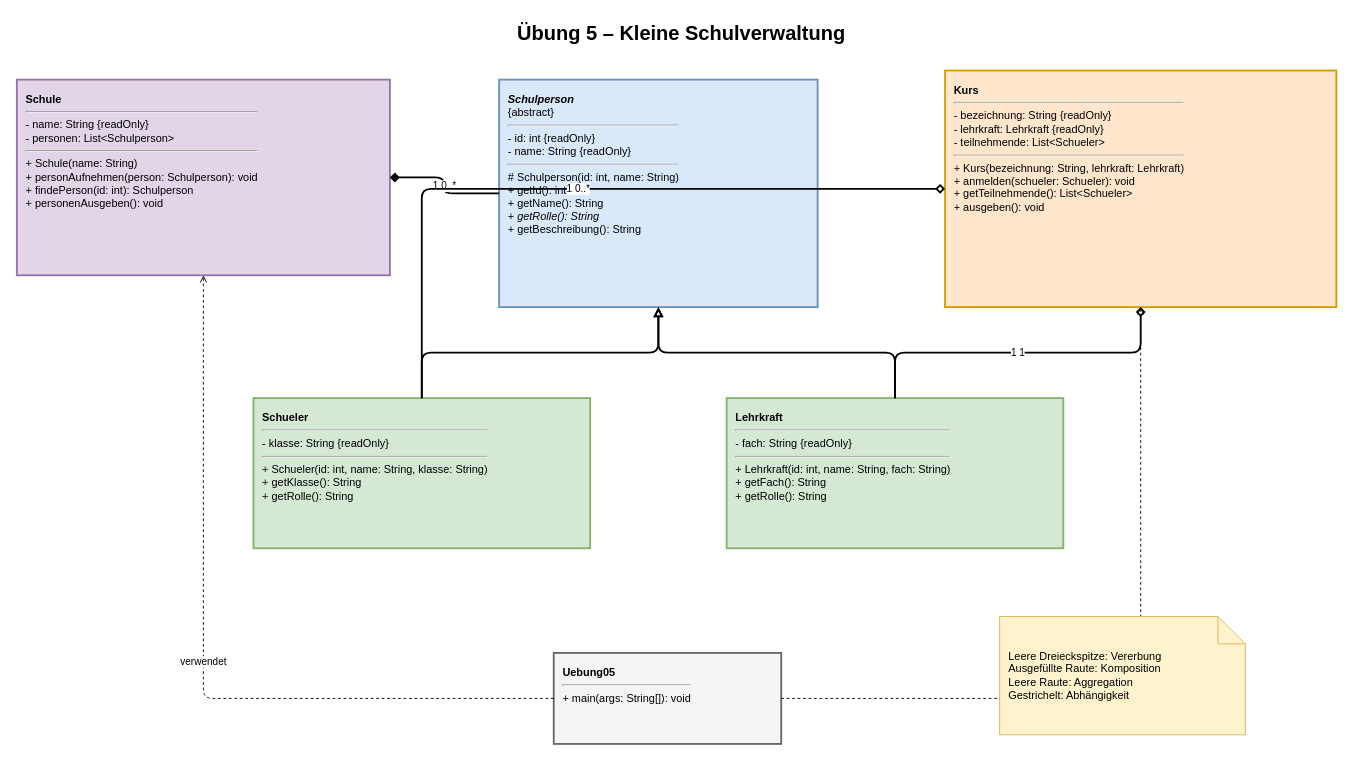
This is diagramme/uebung05_schulverwaltung.drawio from thehahue/oop, a draw.io file, before an edit. Source tidied: cells renumbered, new cells numbered last; positions are measured from the earlier drawing's top-left corner, leaving out a move shared by most shapes. Both pictures are drawn from the tidied source at 91%, with x=0, y=0 at pixel (16, 15).
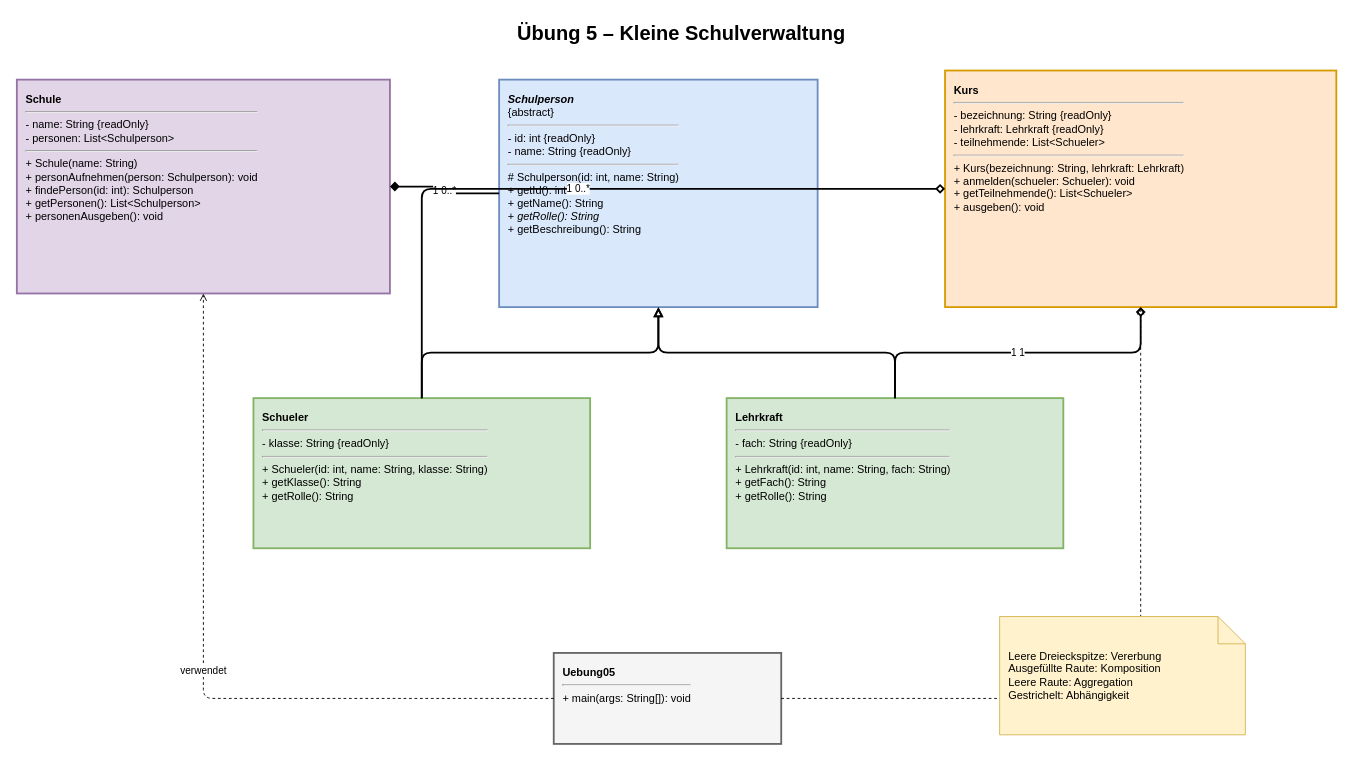
Above is the later version.

Commit message (it also covers changes not shown here):
Use person selectors in exercise 7 UI

The edit, as a diff of the source:
```diff
@@
 <mxGraphModel>
   <root>
     <mxCell id="0" />
     <mxCell id="1" parent="0" />
     <mxCell id="2" value="Übung 5 – Kleine Schulverwaltung" style="text;html=1;align=center;fontSize=22;fontStyle=1;" parent="1" vertex="1">
       <mxGeometry x="480" width="500" height="40" as="geometry" />
     </mxCell>
     <mxCell id="3" value="&lt;b&gt;&lt;i&gt;Schulperson&lt;/i&gt;&lt;/b&gt;&lt;br&gt;{abstract}&lt;hr&gt;- id: int {readOnly}&lt;br&gt;- name: String {readOnly}&lt;hr&gt;# Schulperson(id: int, name: String)&lt;br&gt;+ getId(): int&lt;br&gt;+ getName(): String&lt;br&gt;+ &lt;i&gt;getRolle(): String&lt;/i&gt;&lt;br&gt;+ getBeschreibung(): String" style="rounded=0;verticalAlign=top;spacingTop=8;html=1;strokeWidth=2;fillColor=#dae8fc;strokeColor=#6c8ebf;align=left;spacingLeft=8;whiteSpace=wrap;" parent="1" vertex="1">
       <mxGeometry x="530" y="70" width="350" height="250" as="geometry" />
     </mxCell>
     <mxCell id="4" value="&lt;b&gt;Schueler&lt;/b&gt;&lt;hr&gt;- klasse: String {readOnly}&lt;hr&gt;+ Schueler(id: int, name: String, klasse: String)&lt;br&gt;+ getKlasse(): String&lt;br&gt;+ getRolle(): String" style="rounded=0;verticalAlign=top;spacingTop=8;html=1;strokeWidth=2;fillColor=#d5e8d4;strokeColor=#82b366;align=left;spacingLeft=8;whiteSpace=wrap;" parent="1" vertex="1">
       <mxGeometry x="260" y="420" width="370" height="165" as="geometry" />
     </mxCell>
     <mxCell id="5" value="&lt;b&gt;Lehrkraft&lt;/b&gt;&lt;hr&gt;- fach: String {readOnly}&lt;hr&gt;+ Lehrkraft(id: int, name: String, fach: String)&lt;br&gt;+ getFach(): String&lt;br&gt;+ getRolle(): String" style="rounded=0;verticalAlign=top;spacingTop=8;html=1;strokeWidth=2;fillColor=#d5e8d4;strokeColor=#82b366;align=left;spacingLeft=8;whiteSpace=wrap;" parent="1" vertex="1">
       <mxGeometry x="780" y="420" width="370" height="165" as="geometry" />
     </mxCell>
-    <mxCell id="6" value="&lt;b&gt;Schule&lt;/b&gt;&lt;hr&gt;- name: String {readOnly}&lt;br&gt;- personen: List&amp;lt;Schulperson&amp;gt;&lt;hr&gt;+ Schule(name: String)&lt;br&gt;+ personAufnehmen(person: Schulperson): void&lt;br&gt;+ findePerson(id: int): Schulperson&lt;br&gt;+ personenAusgeben(): void" style="rounded=0;verticalAlign=top;spacingTop=8;html=1;strokeWidth=2;fillColor=#e1d5e7;strokeColor=#9673a6;align=left;spacingLeft=8;whiteSpace=wrap;" parent="1" vertex="1">
-      <mxGeometry y="70" width="410" height="215" as="geometry" />
+    <mxCell id="6" value="&lt;b&gt;Schule&lt;/b&gt;&lt;hr&gt;- name: String {readOnly}&lt;br&gt;- personen: List&amp;lt;Schulperson&amp;gt;&lt;hr&gt;+ Schule(name: String)&lt;br&gt;+ personAufnehmen(person: Schulperson): void&lt;br&gt;+ findePerson(id: int): Schulperson&lt;br&gt;+ getPersonen(): List&amp;lt;Schulperson&amp;gt;&lt;br&gt;+ personenAusgeben(): void" style="rounded=0;verticalAlign=top;spacingTop=8;html=1;strokeWidth=2;fillColor=#e1d5e7;strokeColor=#9673a6;align=left;spacingLeft=8;whiteSpace=wrap;" parent="1" vertex="1">
+      <mxGeometry y="70" width="410" height="235" as="geometry" />
     </mxCell>
     <mxCell id="7" value="&lt;b&gt;Kurs&lt;/b&gt;&lt;hr&gt;- bezeichnung: String {readOnly}&lt;br&gt;- lehrkraft: Lehrkraft {readOnly}&lt;br&gt;- teilnehmende: List&amp;lt;Schueler&amp;gt;&lt;hr&gt;+ Kurs(bezeichnung: String, lehrkraft: Lehrkraft)&lt;br&gt;+ anmelden(schueler: Schueler): void&lt;br&gt;+ getTeilnehmende(): List&amp;lt;Schueler&amp;gt;&lt;br&gt;+ ausgeben(): void" style="rounded=0;verticalAlign=top;spacingTop=8;html=1;strokeWidth=2;fillColor=#ffe6cc;strokeColor=#d79b00;align=left;spacingLeft=8;whiteSpace=wrap;" parent="1" vertex="1">
       <mxGeometry x="1020" y="60" width="430" height="260" as="geometry" />
     </mxCell>
     <mxCell id="8" style="edgeStyle=orthogonalEdgeStyle;html=1;endArrow=block;endFill=0;strokeWidth=2;" parent="1" edge="1" source="4" target="3">
       <mxGeometry relative="1" as="geometry" />
     </mxCell>
     <mxCell id="9" style="edgeStyle=orthogonalEdgeStyle;html=1;endArrow=block;endFill=0;strokeWidth=2;" parent="1" edge="1" source="5" target="3">
       <mxGeometry relative="1" as="geometry" />
     </mxCell>
     <mxCell id="10" value="1       0..*" style="edgeStyle=orthogonalEdgeStyle;html=1;startArrow=diamond;startFill=1;endArrow=none;strokeWidth=2;" parent="1" edge="1" source="6" target="3">
       <mxGeometry relative="1" as="geometry" />
     </mxCell>
     <mxCell id="11" value="1       1" style="edgeStyle=orthogonalEdgeStyle;html=1;startArrow=diamond;startFill=0;endArrow=none;strokeWidth=2;" parent="1" edge="1" source="7" target="5">
       <mxGeometry relative="1" as="geometry" />
     </mxCell>
     <mxCell id="12" value="1       0..*" style="edgeStyle=orthogonalEdgeStyle;html=1;startArrow=diamond;startFill=0;endArrow=none;strokeWidth=2;" parent="1" edge="1" source="7" target="4">
       <mxGeometry relative="1" as="geometry" />
     </mxCell>
     <mxCell id="13" value="&lt;b&gt;Uebung05&lt;/b&gt;&lt;hr&gt;+ main(args: String[]): void" style="rounded=0;verticalAlign=top;spacingTop=8;html=1;strokeWidth=2;fillColor=#f5f5f5;strokeColor=#666666;align=left;spacingLeft=8;whiteSpace=wrap;" parent="1" vertex="1">
       <mxGeometry x="590" y="700" width="250" height="100" as="geometry" />
     </mxCell>
     <mxCell id="14" value="verwendet" style="edgeStyle=orthogonalEdgeStyle;html=1;dashed=1;endArrow=open;endFill=0;" parent="1" edge="1" source="13" target="6">
       <mxGeometry relative="1" as="geometry" />
     </mxCell>
     <mxCell id="15" value="verwendet" style="edgeStyle=orthogonalEdgeStyle;html=1;dashed=1;endArrow=open;endFill=0;" parent="1" edge="1" source="13" target="7">
       <mxGeometry relative="1" as="geometry" />
     </mxCell>
     <mxCell id="16" value="Leere Dreieckspitze: Vererbung&#10;Ausgefüllte Raute: Komposition&#10;Leere Raute: Aggregation&#10;Gestrichelt: Abhängigkeit" style="shape=note;whiteSpace=wrap;html=1;fillColor=#fff2cc;strokeColor=#d6b656;align=left;spacingLeft=8;" parent="1" vertex="1">
       <mxGeometry x="1080" y="660" width="270" height="130" as="geometry" />
     </mxCell>
   </root>
 </mxGraphModel>
```
